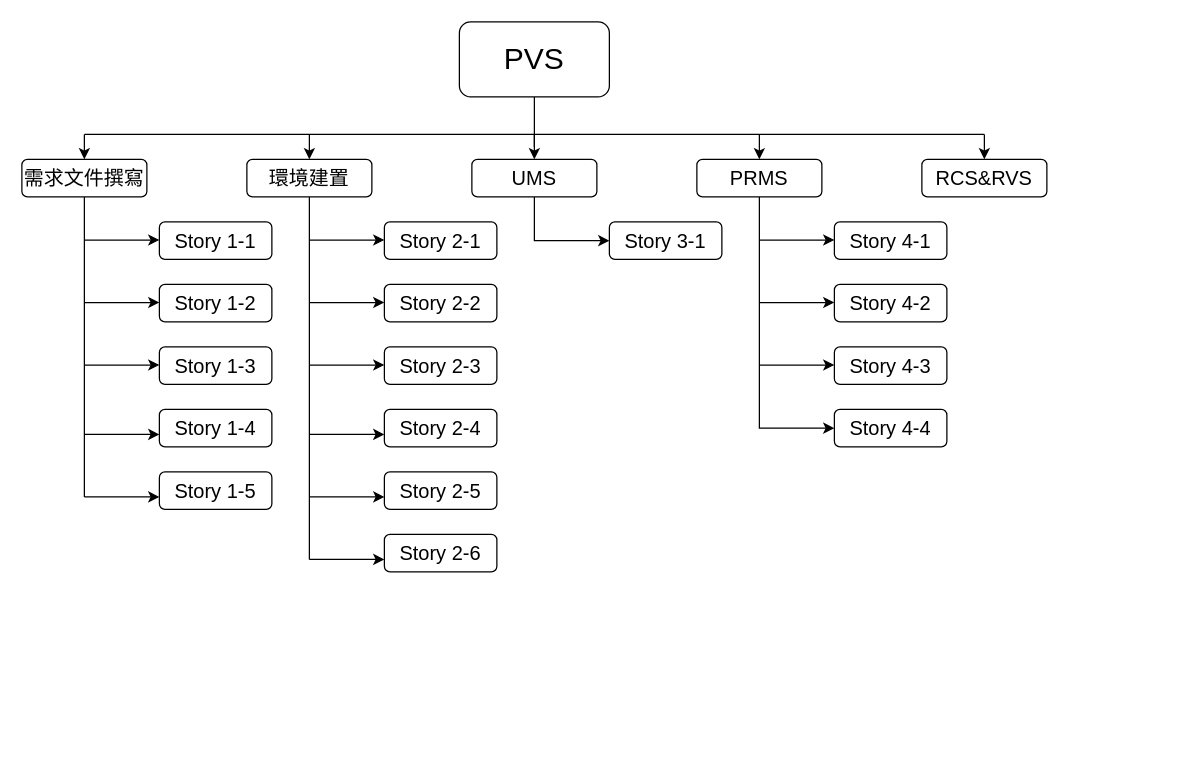
Above: page "Page-1" (1 of 2) of documents/1.drawio in 13urgerKing/110_1-SE (draw.io), before the change. Source tidied: cells renumbered, new cells numbered last; positions are measured from the earlier drawing's top-left corner, leaving out a move shared by most shapes. Both pictures are drawn from the tidied source at 125%, with x=0, y=0 at pixel (21, 21).
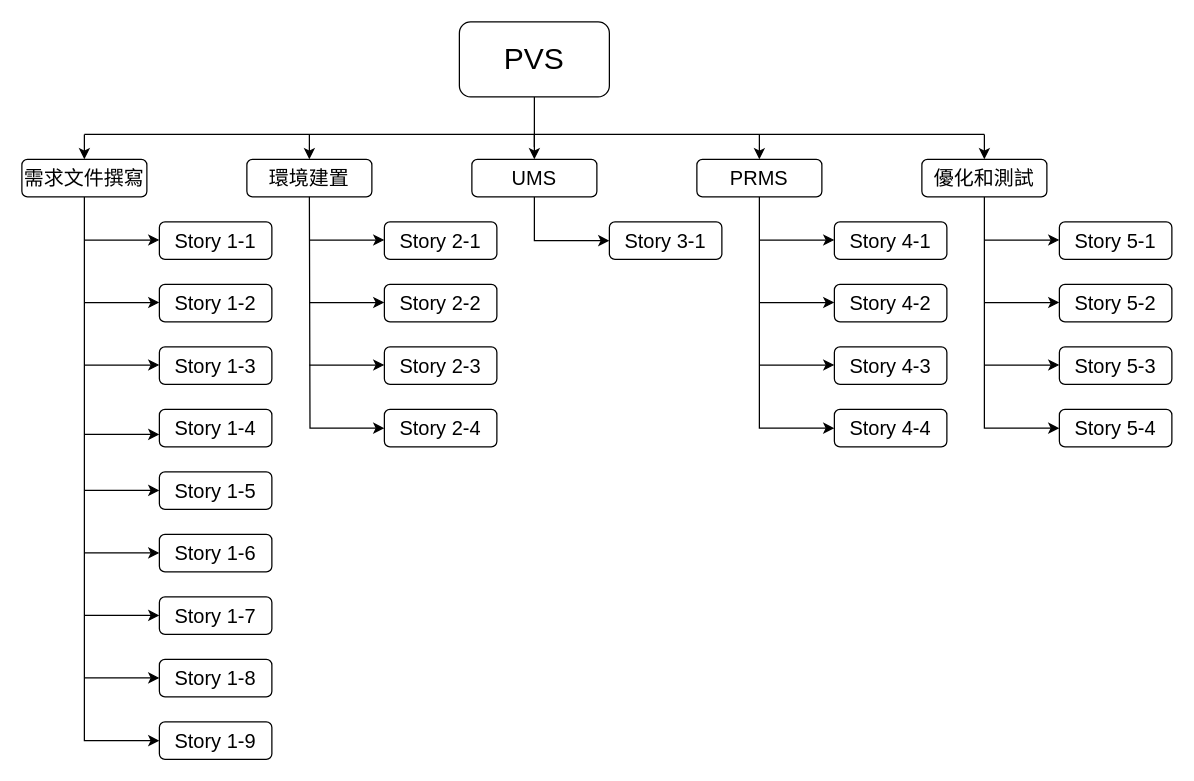
Above is the later version.

Unchanged cells that the change refers to:
```xml
<mxCell id="4" value="&lt;span style=&quot;font-size: 16px&quot;&gt;需求文件撰寫&lt;/span&gt;" style="rounded=1;whiteSpace=wrap;html=1;" parent="1" vertex="1">
  <mxGeometry y="110" width="100" height="30" as="geometry" />
</mxCell>
<mxCell id="25" value="&lt;span style=&quot;font-size: 16px&quot;&gt;Story 2-4&lt;/span&gt;" style="rounded=1;whiteSpace=wrap;html=1;" parent="1" vertex="1">
  <mxGeometry x="290" y="310" width="90" height="30" as="geometry" />
</mxCell>
```

Change to the diagram source:
```diff
@@
-    <mxCell id="13" style="endArrow=none;html=1;rounded=0;fontSize=16;entryX=0.5;entryY=1;entryDx=0;entryDy=0;" parent="1" edge="1" target="4">
-      <mxGeometry relative="1" as="geometry">
-        <mxPoint x="50" y="380" as="sourcePoint" />
-      </mxGeometry>
+    <mxCell id="13" style="endArrow=none;html=1;rounded=0;fontSize=16;entryX=0.5;entryY=1;entryDx=0;entryDy=0;edgeStyle=orthogonalEdgeStyle;exitX=0;exitY=0.5;exitDx=0;exitDy=0;endFill=0;startArrow=classic;startFill=1;" parent="1" edge="1" source="52" target="4">
+      <mxGeometry relative="1" as="geometry" />
     </mxCell>
@@
-    <mxCell id="26" style="endArrow=none;html=1;rounded=0;fontSize=16;entryX=0.5;entryY=1;entryDx=0;entryDy=0;" parent="1" edge="1">
+    <mxCell id="26" style="endArrow=none;html=1;rounded=0;fontSize=16;entryX=0.5;entryY=1;entryDx=0;entryDy=0;edgeStyle=orthogonalEdgeStyle;exitX=0;exitY=0.5;exitDx=0;exitDy=0;startArrow=classic;startFill=1;" parent="1" edge="1" source="25">
       <mxGeometry relative="1" as="geometry">
-        <mxPoint x="230" y="430" as="sourcePoint" />
         <mxPoint x="230" y="140" as="targetPoint" />
       </mxGeometry>
     </mxCell>
-    <mxCell id="27" style="endArrow=classic;html=1;rounded=0;fontSize=16;" parent="1" edge="1">
-      <mxGeometry relative="1" as="geometry">
-        <mxPoint x="230" y="330" as="sourcePoint" />
-        <mxPoint x="290" y="330" as="targetPoint" />
-      </mxGeometry>
-    </mxCell>
@@
-    <mxCell id="36" value="&lt;span style=&quot;font-size: 16px&quot;&gt;Story 2-5&lt;/span&gt;" style="rounded=1;whiteSpace=wrap;html=1;" parent="1" vertex="1">
-      <mxGeometry x="290" y="360" width="90" height="30" as="geometry" />
-    </mxCell>
-    <mxCell id="37" style="endArrow=classic;html=1;rounded=0;fontSize=16;" parent="1" edge="1">
-      <mxGeometry relative="1" as="geometry">
-        <mxPoint x="230" y="380" as="sourcePoint" />
-        <mxPoint x="290" y="380" as="targetPoint" />
-      </mxGeometry>
-    </mxCell>
-    <mxCell id="38" value="&lt;span style=&quot;font-size: 16px&quot;&gt;Story 2-6&lt;/span&gt;" style="rounded=1;whiteSpace=wrap;html=1;" parent="1" vertex="1">
-      <mxGeometry x="290" y="410" width="90" height="30" as="geometry" />
-    </mxCell>
-    <mxCell id="39" style="endArrow=classic;html=1;rounded=0;fontSize=16;" parent="1" edge="1">
-      <mxGeometry relative="1" as="geometry">
-        <mxPoint x="230" y="430" as="sourcePoint" />
-        <mxPoint x="290" y="430" as="targetPoint" />
-      </mxGeometry>
-    </mxCell>
@@
-    <mxCell id="42" style="endArrow=classic;html=1;rounded=0;fontSize=16;" parent="1" edge="1">
-      <mxGeometry relative="1" as="geometry">
-        <mxPoint x="50" y="380" as="sourcePoint" />
-        <mxPoint x="110" y="380" as="targetPoint" />
-      </mxGeometry>
-    </mxCell>
-    <mxCell id="43" value="&lt;span style=&quot;font-size: 16px&quot;&gt;RCS&amp;amp;RVS&lt;/span&gt;" style="rounded=1;whiteSpace=wrap;html=1;" parent="1" vertex="1">
+    <mxCell id="43" value="&lt;span style=&quot;font-size: 16px&quot;&gt;優化和測試&lt;/span&gt;" style="rounded=1;whiteSpace=wrap;html=1;" parent="1" vertex="1">
       <mxGeometry x="720" y="110" width="100" height="30" as="geometry" />
     </mxCell>
@@
+    <mxCell id="49" value="&lt;span style=&quot;font-size: 16px&quot;&gt;Story 1-6&lt;/span&gt;" style="rounded=1;whiteSpace=wrap;html=1;" parent="1" vertex="1">
+      <mxGeometry x="110" y="410" width="90" height="30" as="geometry" />
+    </mxCell>
+    <mxCell id="50" value="&lt;span style=&quot;font-size: 16px&quot;&gt;Story 1-7&lt;/span&gt;" style="rounded=1;whiteSpace=wrap;html=1;" parent="1" vertex="1">
+      <mxGeometry x="110" y="460" width="90" height="30" as="geometry" />
+    </mxCell>
+    <mxCell id="51" value="&lt;span style=&quot;font-size: 16px&quot;&gt;Story 1-8&lt;/span&gt;" style="rounded=1;whiteSpace=wrap;html=1;" parent="1" vertex="1">
+      <mxGeometry x="110" y="510" width="90" height="30" as="geometry" />
+    </mxCell>
+    <mxCell id="52" value="&lt;span style=&quot;font-size: 16px&quot;&gt;Story 1-9&lt;/span&gt;" style="rounded=1;whiteSpace=wrap;html=1;" parent="1" vertex="1">
+      <mxGeometry x="110" y="560" width="90" height="30" as="geometry" />
+    </mxCell>
+    <mxCell id="53" style="endArrow=classic;html=1;rounded=0;fontSize=16;entryX=0;entryY=0.5;entryDx=0;entryDy=0;" parent="1" edge="1">
+      <mxGeometry relative="1" as="geometry">
+        <mxPoint x="50" y="374.8" as="sourcePoint" />
+        <mxPoint x="110" y="374.8" as="targetPoint" />
+      </mxGeometry>
+    </mxCell>
+    <mxCell id="54" style="endArrow=classic;html=1;rounded=0;fontSize=16;entryX=0;entryY=0.5;entryDx=0;entryDy=0;" parent="1" edge="1">
+      <mxGeometry relative="1" as="geometry">
+        <mxPoint x="50" y="424.8" as="sourcePoint" />
+        <mxPoint x="110" y="424.8" as="targetPoint" />
+      </mxGeometry>
+    </mxCell>
+    <mxCell id="55" style="endArrow=classic;html=1;rounded=0;fontSize=16;entryX=0;entryY=0.5;entryDx=0;entryDy=0;" parent="1" edge="1">
+      <mxGeometry relative="1" as="geometry">
+        <mxPoint x="50" y="474.8" as="sourcePoint" />
+        <mxPoint x="110" y="474.8" as="targetPoint" />
+      </mxGeometry>
+    </mxCell>
+    <mxCell id="56" style="endArrow=classic;html=1;rounded=0;fontSize=16;entryX=0;entryY=0.5;entryDx=0;entryDy=0;" parent="1" edge="1">
+      <mxGeometry relative="1" as="geometry">
+        <mxPoint x="50" y="524.8" as="sourcePoint" />
+        <mxPoint x="110" y="524.8" as="targetPoint" />
+      </mxGeometry>
+    </mxCell>
+    <mxCell id="57" value="&lt;span style=&quot;font-size: 16px&quot;&gt;Story 5-1&lt;/span&gt;" style="rounded=1;whiteSpace=wrap;html=1;" parent="1" vertex="1">
+      <mxGeometry x="830" y="160" width="90" height="30" as="geometry" />
+    </mxCell>
+    <mxCell id="58" value="&lt;span style=&quot;font-size: 16px&quot;&gt;Story 5-2&lt;/span&gt;" style="rounded=1;whiteSpace=wrap;html=1;" parent="1" vertex="1">
+      <mxGeometry x="830" y="210" width="90" height="30" as="geometry" />
+    </mxCell>
+    <mxCell id="59" style="endArrow=none;html=1;rounded=0;fontSize=16;entryX=0.5;entryY=1;entryDx=0;entryDy=0;edgeStyle=orthogonalEdgeStyle;startArrow=classic;startFill=1;exitX=0;exitY=0.5;exitDx=0;exitDy=0;" parent="1" edge="1" source="62">
+      <mxGeometry relative="1" as="geometry">
+        <mxPoint x="770" y="140" as="targetPoint" />
+        <Array as="points">
+          <mxPoint x="770" y="325" />
+        </Array>
+      </mxGeometry>
+    </mxCell>
+    <mxCell id="60" style="endArrow=classic;html=1;rounded=0;fontSize=16;" parent="1" edge="1">
+      <mxGeometry relative="1" as="geometry">
+        <mxPoint x="770" y="174.5" as="sourcePoint" />
+        <mxPoint x="830" y="174.5" as="targetPoint" />
+      </mxGeometry>
+    </mxCell>
+    <mxCell id="61" value="&lt;span style=&quot;font-size: 16px&quot;&gt;Story 5-3&lt;/span&gt;" style="rounded=1;whiteSpace=wrap;html=1;" parent="1" vertex="1">
+      <mxGeometry x="830" y="260" width="90" height="30" as="geometry" />
+    </mxCell>
+    <mxCell id="62" value="&lt;span style=&quot;font-size: 16px&quot;&gt;Story 5-4&lt;/span&gt;" style="rounded=1;whiteSpace=wrap;html=1;" parent="1" vertex="1">
+      <mxGeometry x="830" y="310" width="90" height="30" as="geometry" />
+    </mxCell>
+    <mxCell id="63" style="endArrow=classic;html=1;rounded=0;fontSize=16;" parent="1" edge="1">
+      <mxGeometry relative="1" as="geometry">
+        <mxPoint x="770" y="224.5" as="sourcePoint" />
+        <mxPoint x="830" y="224.5" as="targetPoint" />
+      </mxGeometry>
+    </mxCell>
+    <mxCell id="64" style="endArrow=classic;html=1;rounded=0;fontSize=16;" parent="1" edge="1">
+      <mxGeometry relative="1" as="geometry">
+        <mxPoint x="770" y="274.5" as="sourcePoint" />
+        <mxPoint x="830" y="274.5" as="targetPoint" />
+      </mxGeometry>
+    </mxCell>
```
